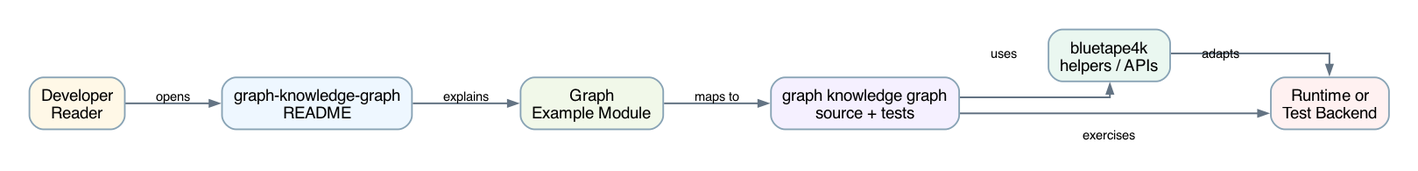
The Graphviz diagram docs/images/readme-diagrams/graph-knowledge-graph-readme-architecture-01.png in bluetape4k/bluetape4k-workshop, before a commit. Its source is kept beside it as docs/images/readme-diagrams/graph-knowledge-graph-readme-architecture-01.dot.
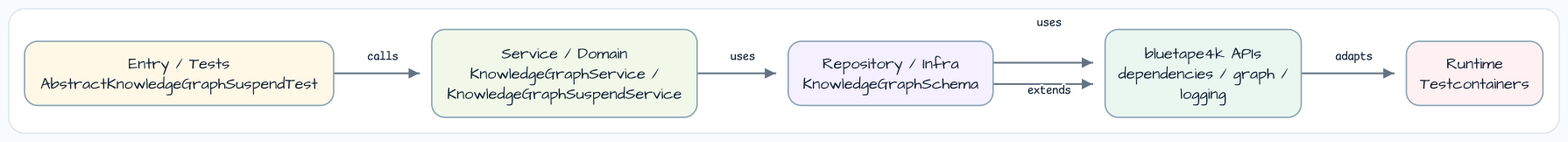
Later version of the same file.

What changed in the source:
```diff
@@ -14,7 +14,7 @@
     penwidth=1.4,
     color="#88A3B5",
     fillcolor="#F6FAFF",
-    fontname="Helvetica",
+    fontname="Architects Daughter",
     fontsize=14,
     margin="0.14,0.10"
   ];
@@ -22,21 +22,19 @@
     color="#637383",
     arrowsize=0.8,
     penwidth=1.5,
-    fontname="Helvetica",
+    fontname="Comic Mono",
     fontsize=11
   ];
 
-  reader [label="Developer\nReader", fillcolor="#FFF8E7"];
-  readme [label="graph-knowledge-graph\nREADME", fillcolor="#EEF7FF"];
-  module [label="Graph\nExample Module", fillcolor="#F1F8E9"];
-  source [label="graph knowledge graph\nsource + tests", fillcolor="#F5F0FF"];
-  bt [label="bluetape4k\nhelpers / APIs", fillcolor="#EAF7F0"];
-  runtime [label="Runtime or\nTest Backend", fillcolor="#FFF1F1"];
+  entry [label="Entry / Tests\nAbstractKnowledgeGraphSuspendTest", fillcolor="#FFF8E7"];
+  service [label="Service / Domain\nKnowledgeGraphService /\nKnowledgeGraphSuspendService", fillcolor="#F1F8E9"];
+  infra [label="Repository / Infra\nKnowledgeGraphSchema", fillcolor="#F5F0FF"];
+  bt [label="bluetape4k APIs\ndependencies / graph /\nlogging", fillcolor="#EAF7F0"];
+  runtime [label="Runtime\nTestcontainers", fillcolor="#FFF1F1"];
 
-  reader -> readme [label="opens"];
-  readme -> module [label="explains"];
-  module -> source [label="maps to"];
-  source -> bt [label="uses"];
-  source -> runtime [label="exercises"];
+  entry -> service [label="calls"];
+  service -> infra [label="uses"];
+  infra -> bt [label="uses"];
+  infra -> bt [label="extends"];
   bt -> runtime [label="adapts"];
 }
```
